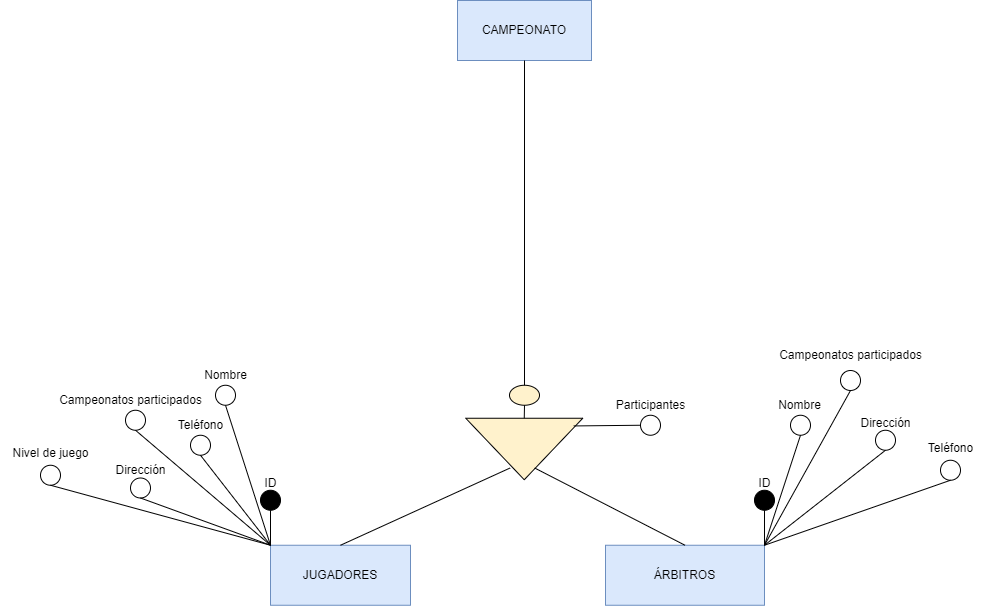
Earlier version of the draw.io export Unidad-1/Tareas/Tarea_Entregable-2/Diagrama Tarea Entregable 2.drawio.png (RafaelMayor/base-datos). Source tidied: cells renumbered, new cells last; positions are measured from the earlier drawing's top-left corner, leaving out a move shared by most shapes.
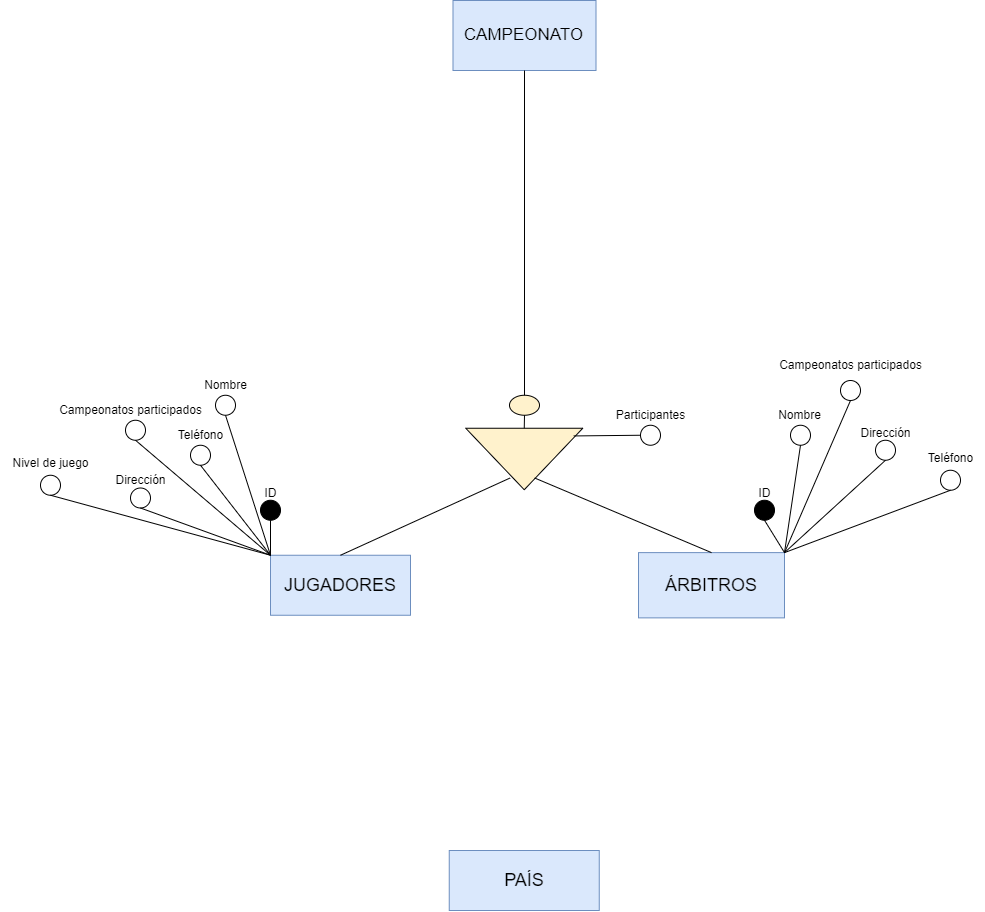
Later version of the same file.

Change to the diagram source:
```diff
@@ -2,8 +2,8 @@
   <root>
     <mxCell id="0" />
     <mxCell id="1" parent="0" />
-    <mxCell id="2" value="CAMPEONATO" style="whiteSpace=wrap;html=1;align=center;fillColor=#dae8fc;strokeColor=#6c8ebf;" parent="1" vertex="1">
-      <mxGeometry x="457" width="134" height="60" as="geometry" />
+    <mxCell id="2" value="&lt;font style=&quot;font-size: 17px;&quot;&gt;CAMPEONATO&lt;/font&gt;" style="whiteSpace=wrap;html=1;align=center;fillColor=#dae8fc;strokeColor=#6c8ebf;" parent="1" vertex="1">
+      <mxGeometry x="452.5" y="-10" width="143" height="70" as="geometry" />
     </mxCell>
     <mxCell id="3" style="ellipse;whiteSpace=wrap;html=1;fillColor=#fff2cc;strokeColor=#000000;" parent="1" vertex="1">
       <mxGeometry x="509" y="384.8" width="30" height="20" as="geometry" />
@@ -23,11 +23,11 @@
     <mxCell id="8" value="Participantes" style="text;html=1;align=center;verticalAlign=middle;strokeColor=none;fillColor=none;" parent="1" vertex="1">
       <mxGeometry x="605" y="390" width="90" height="30" as="geometry" />
     </mxCell>
-    <mxCell id="9" value="JUGADORES" style="whiteSpace=wrap;html=1;align=center;fillColor=#dae8fc;strokeColor=#6c8ebf;" parent="1" vertex="1">
+    <mxCell id="9" value="&lt;font style=&quot;font-size: 18px;&quot;&gt;JUGADORES&lt;/font&gt;" style="whiteSpace=wrap;html=1;align=center;fillColor=#dae8fc;strokeColor=#6c8ebf;" parent="1" vertex="1">
       <mxGeometry x="270" y="544.8" width="140" height="60" as="geometry" />
     </mxCell>
-    <mxCell id="10" value="ÁRBITROS" style="whiteSpace=wrap;html=1;align=center;fillColor=#dae8fc;strokeColor=#6c8ebf;" parent="1" vertex="1">
-      <mxGeometry x="605" y="544.8" width="159" height="60" as="geometry" />
+    <mxCell id="10" value="&lt;font style=&quot;font-size: 18px;&quot;&gt;ÁRBITROS&lt;/font&gt;" style="whiteSpace=wrap;html=1;align=center;fillColor=#dae8fc;strokeColor=#6c8ebf;" parent="1" vertex="1">
+      <mxGeometry x="638" y="542.1" width="146" height="65.2" as="geometry" />
     </mxCell>
     <mxCell id="11" style="endArrow=none;html=1;rounded=0;entryX=0.5;entryY=1;entryDx=0;entryDy=0;exitX=0;exitY=0.5;exitDx=0;exitDy=0;" parent="1" edge="1" source="4" target="3">
       <mxGeometry relative="1" as="geometry" />
@@ -139,5 +139,8 @@
     <mxCell id="46" style="endArrow=none;html=1;rounded=0;exitX=1;exitY=0;exitDx=0;exitDy=0;entryX=0.5;entryY=1;entryDx=0;entryDy=0;" parent="1" edge="1" source="10" target="45">
       <mxGeometry relative="1" as="geometry" />
     </mxCell>
+    <mxCell id="47" value="&lt;font style=&quot;font-size: 18px;&quot;&gt;PAÍS&lt;/font&gt;" style="whiteSpace=wrap;html=1;align=center;fillColor=#dae8fc;strokeColor=#6c8ebf;" parent="1" vertex="1">
+      <mxGeometry x="448.8" y="840" width="150" height="60" as="geometry" />
+    </mxCell>
   </root>
 </mxGraphModel>
```
